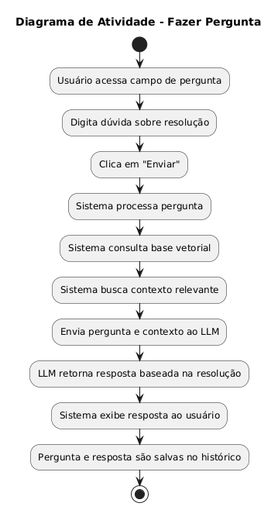
Before: Diagramas/Atividade/Atividade - fazer pergunta.png, a diagram exported from PlantUML (Euderlan/G4_CONSULTA_DOCUMENTOS).
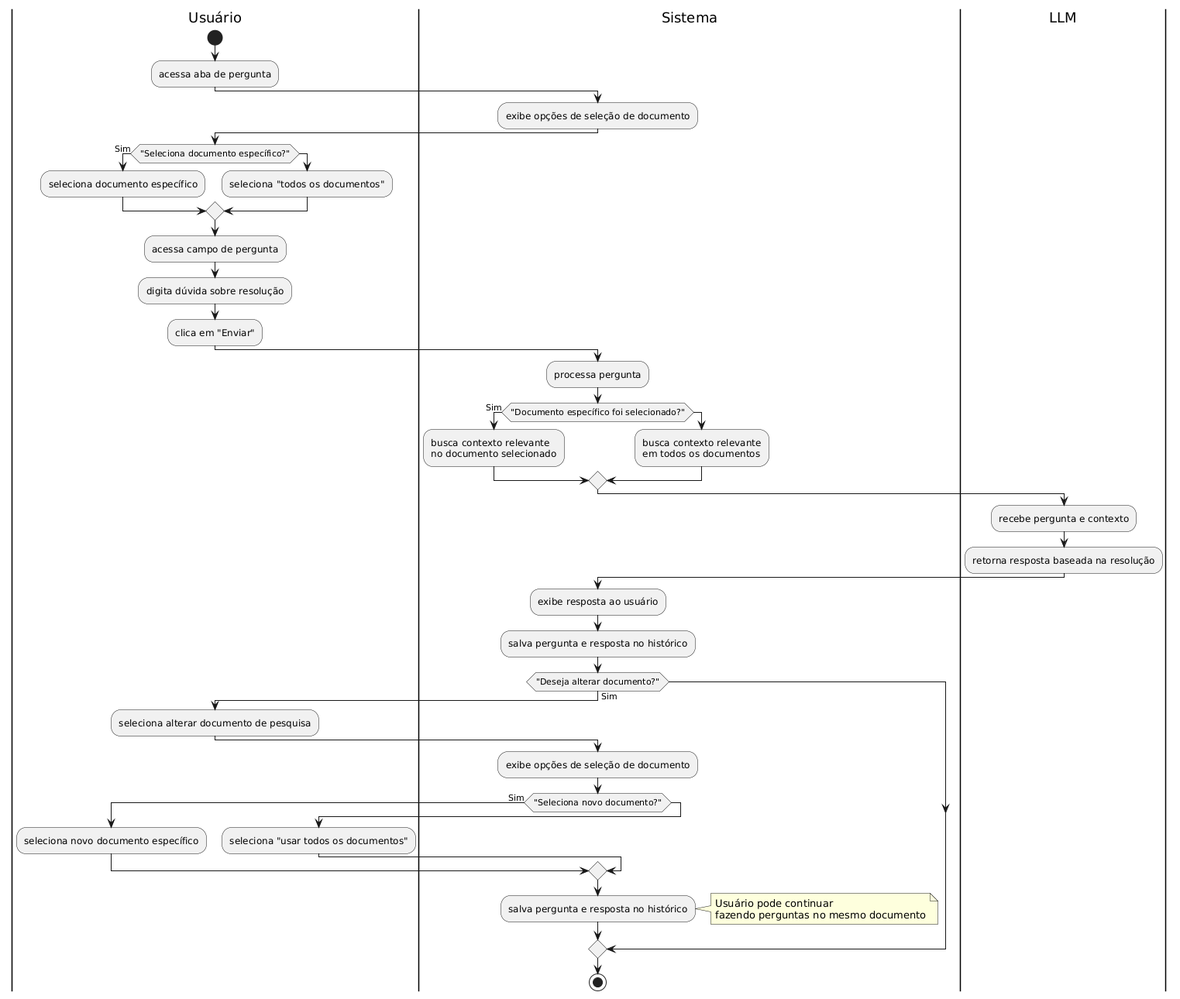
The same file after the commit.

Commit message:
adição de novos diagramas de atividades

The edit, as a diff of the source:
```diff
@@ -1,15 +1,60 @@
 @startuml
-title Diagrama de Atividade - Fazer Pergunta
+|Usuário|
 start
-:Usuário acessa campo de pergunta;
-:Digita dúvida sobre resolução;
-:Clica em "Enviar";
-:Sistema processa pergunta;
-:Sistema consulta base vetorial;
-:Sistema busca contexto relevante;
-:Envia pergunta e contexto ao LLM;
-:LLM retorna resposta baseada na resolução;
-:Sistema exibe resposta ao usuário;
-:Pergunta e resposta são salvas no histórico;
+
+:acessa aba de pergunta;
+|Sistema|
+:exibe opções de seleção de documento;
+|Usuário|
+
+if ("Seleciona documento específico?") then (Sim)
+  :seleciona documento específico;
+else
+  :seleciona "todos os documentos";
+endif
+
+:acessa campo de pergunta;
+:digita dúvida sobre resolução;
+:clica em "Enviar";
+
+|Sistema|
+:processa pergunta;
+
+if ("Documento específico foi selecionado?") then (Sim)
+  :busca contexto relevante\nno documento selecionado;
+else
+  :busca contexto relevante\nem todos os documentos;
+endif
+
+|LLM|
+:recebe pergunta e contexto;
+:retorna resposta baseada na resolução;
+
+|Sistema|
+:exibe resposta ao usuário;
+:salva pergunta e resposta no histórico;
+
+if ("Deseja alterar documento?") then (Sim)
+  |Usuário|
+  :seleciona alterar documento de pesquisa;
+  |Sistema|
+  :exibe opções de seleção de documento;
+
+  if ("Seleciona novo documento?") then (Sim)
+    |Usuário|
+    :seleciona novo documento específico;
+  else
+    |Usuário|
+    :seleciona "usar todos os documentos";
+  endif
+
+  |Sistema|
+  :salva pergunta e resposta no histórico;
+  note right
+    Usuário pode continuar
+    fazendo perguntas no mesmo documento
+  end note
+endif
+
 stop
 @enduml
```
